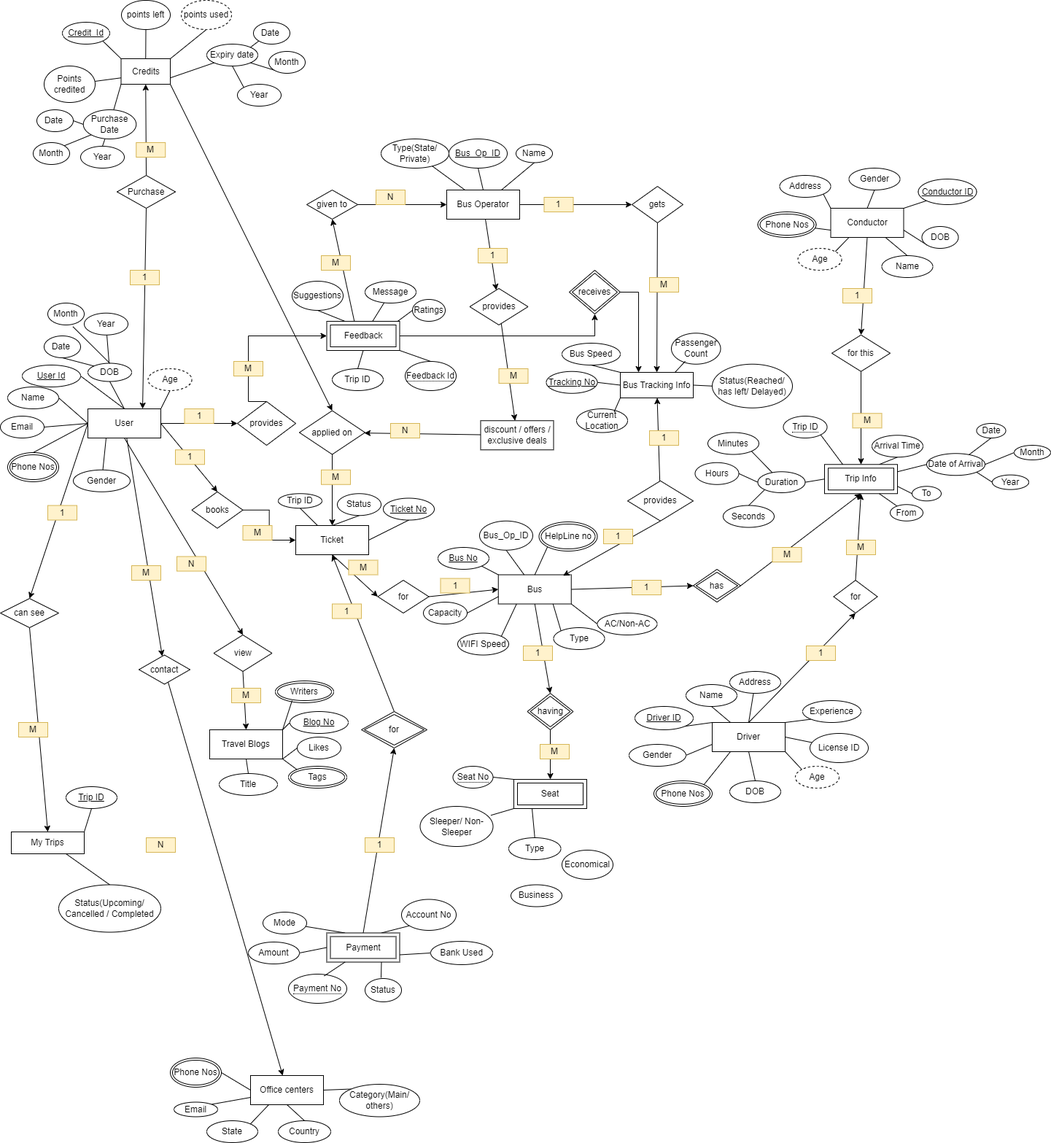
Before: Assignment1B.drawio.png, a diagram exported from draw.io (ritu456286/DBMS). Source tidied: cells renumbered, new cells last; positions are measured from the earlier drawing's top-left corner, leaving out a move shared by most shapes.
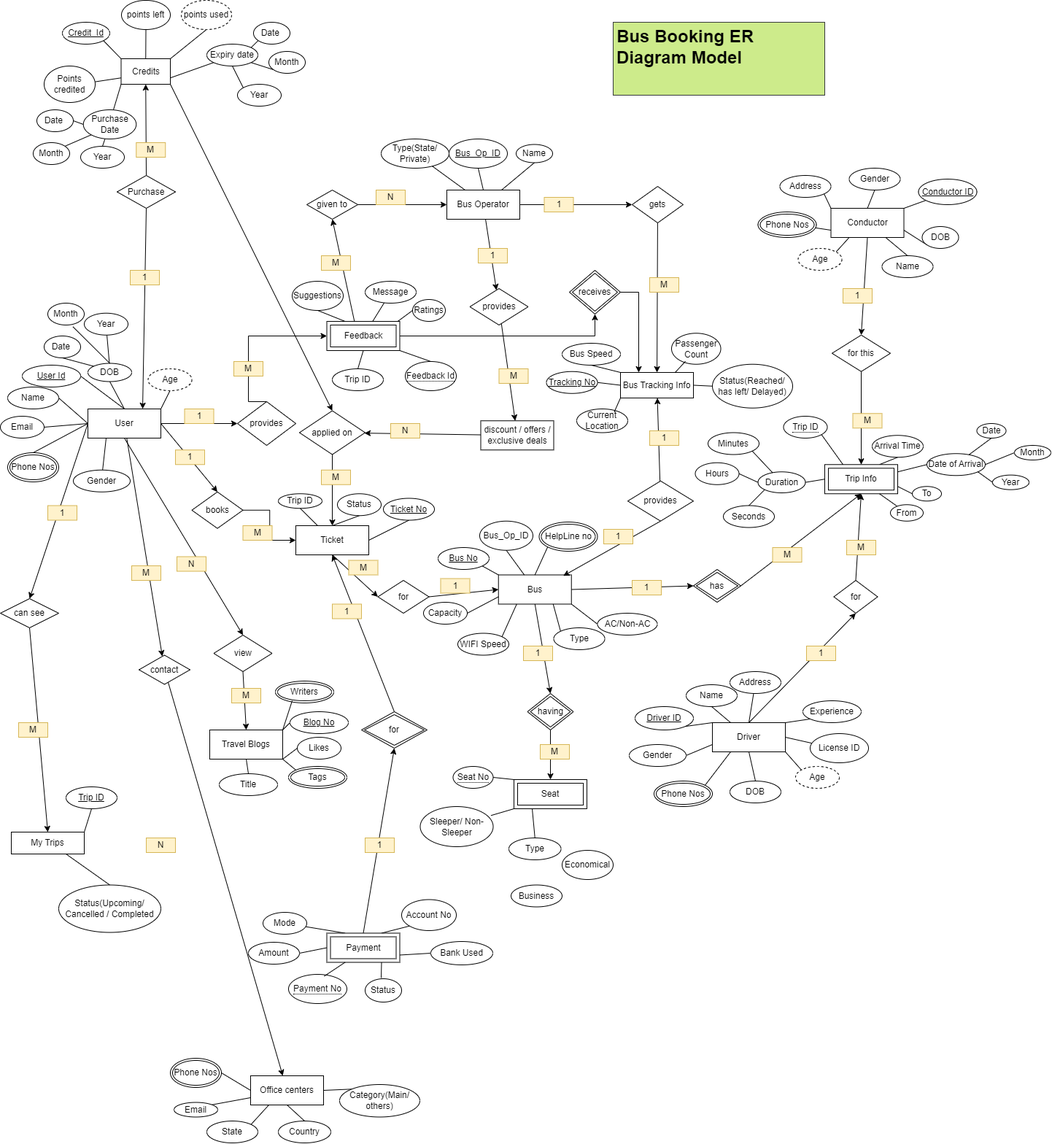
Later version of the same file.

The edit, as a diff of the source:
```diff
@@ -895,5 +895,8 @@
     <mxCell id="296" value="&lt;span style=&quot;border-bottom: 1px dotted&quot;&gt;Feedback Id&lt;/span&gt;" style="ellipse;whiteSpace=wrap;html=1;align=center;" parent="1" vertex="1">
       <mxGeometry x="555" y="495" width="70" height="40" as="geometry" />
     </mxCell>
+    <mxCell id="297" value="&lt;h1&gt;Bus Booking ER Diagram Model&lt;/h1&gt;" style="text;html=1;strokeColor=#36393d;fillColor=#cdeb8b;spacing=5;spacingTop=-20;whiteSpace=wrap;overflow=hidden;rounded=0;" parent="1" vertex="1">
+      <mxGeometry x="840" y="30" width="290" height="100" as="geometry" />
+    </mxCell>
   </root>
 </mxGraphModel>
```
